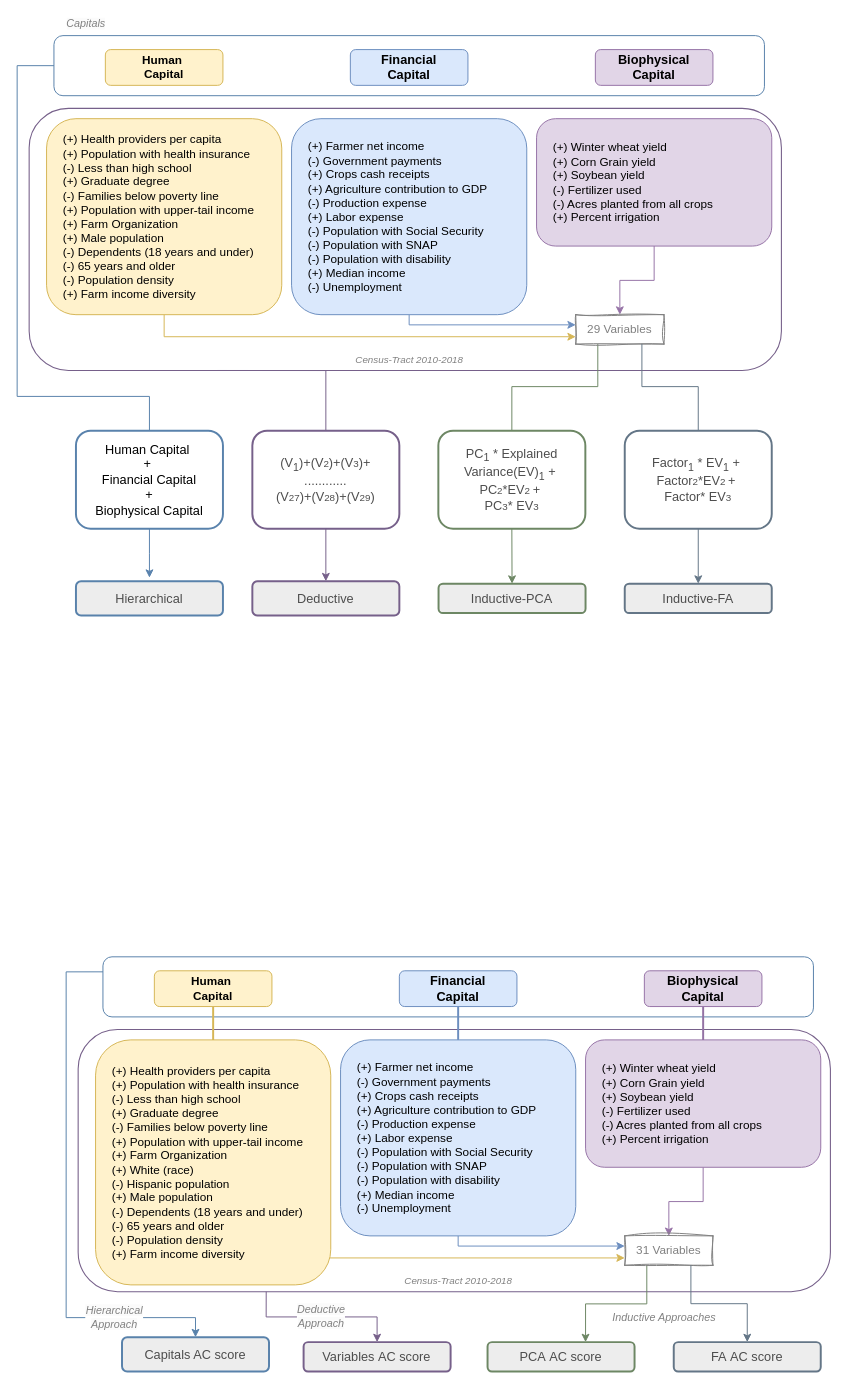
Earlier version of the draw.io diagram ACIndicatorSelectionFrameworkSummer2024.drawio (dealchre/gradDrawio). Source tidied: cells renumbered, new cells numbered last; positions are measured from the earlier drawing's top-left corner, leaving out a move shared by most shapes. Both pictures are drawn from the tidied source at 98%, with x=0, y=0 at pixel (17, -290).
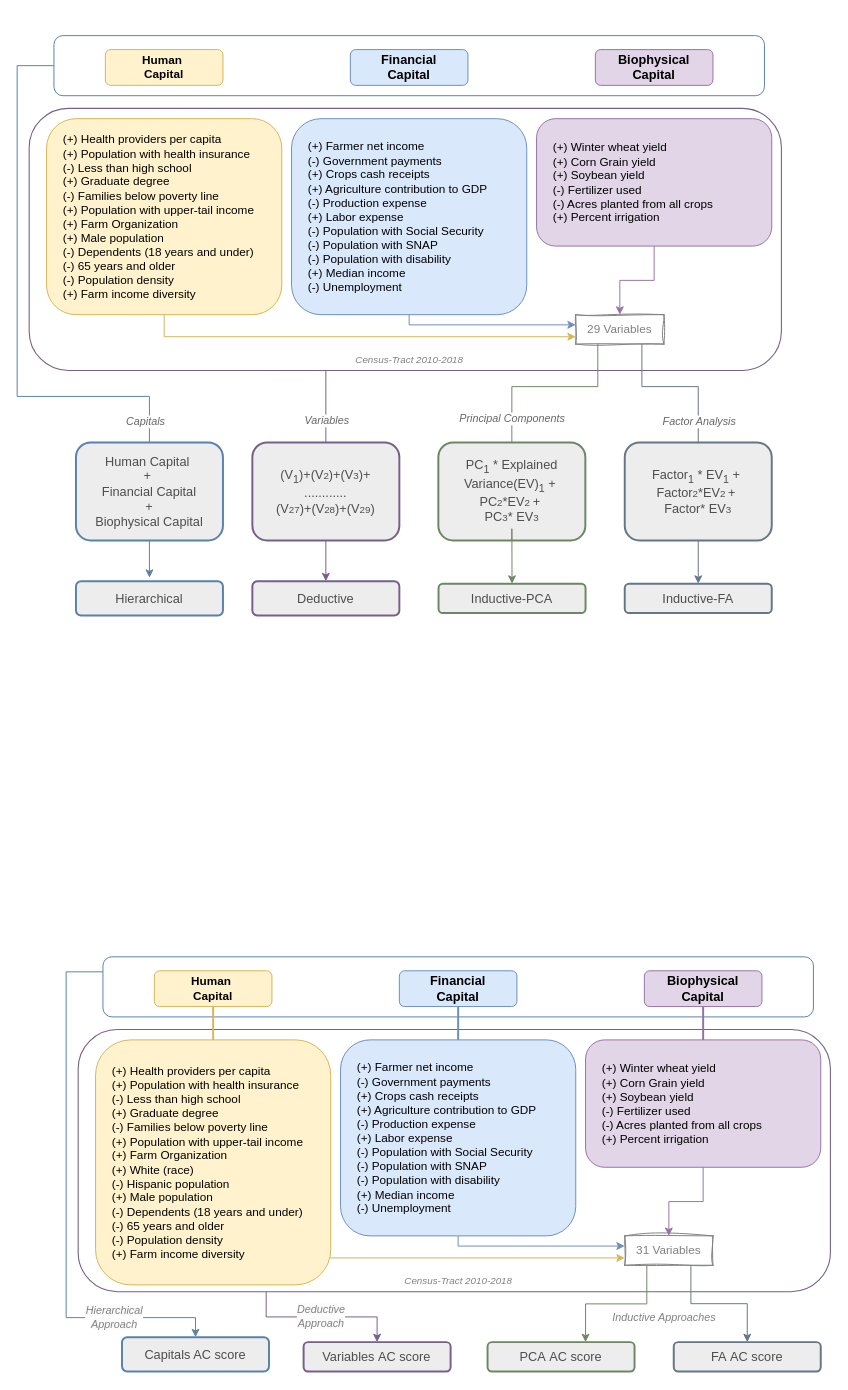
After the change.

The change refers to these unchanged cells:
```xml
<mxCell id="5" style="edgeStyle=orthogonalEdgeStyle;rounded=0;jettySize=auto;html=1;exitX=1;exitY=0.75;exitDx=0;exitDy=0;entryX=0.5;entryY=0;entryDx=0;entryDy=0;strokeColor=#76608A;fontColor=#808080;endArrow=none;endFill=0;" parent="1" edge="1" source="6" target="49">
  <mxGeometry x="-1" y="-49" relative="1" as="geometry">
    <Array as="points">
      <mxPoint x="315" y="674" />
    </Array>
    <mxPoint x="-14" y="-3" as="offset" />
  </mxGeometry>
</mxCell>
<mxCell id="12" style="rounded=1;whiteSpace=wrap;html=1;labelBackgroundColor=none;labelBorderColor=default;strokeColor=#5982AB;fontSize=13;fillColor=none;gradientColor=default;rotation=90;" parent="1" vertex="1">
  <mxGeometry x="369.4" width="61.3" height="725" as="geometry" />
</mxCell>
<mxCell id="18" style="edgeStyle=orthogonalEdgeStyle;rounded=0;jettySize=auto;html=1;exitX=0.25;exitY=1;exitDx=0;exitDy=0;fontColor=#808080;strokeColor=#6D8764;entryX=0.5;entryY=0;entryDx=0;entryDy=0;endArrow=none;endFill=0;" parent="1" edge="1" source="19" target="51">
  <mxGeometry x="-0.44" y="22" relative="1" as="geometry">
    <Array as="points">
      <mxPoint x="593" y="690" />
      <mxPoint x="505" y="690" />
    </Array>
    <mxPoint x="17" y="-8" as="offset" />
  </mxGeometry>
</mxCell>
<mxCell id="22" style="edgeStyle=orthogonalEdgeStyle;rounded=0;jettySize=auto;html=1;exitX=0.75;exitY=1;exitDx=0;exitDy=0;strokeColor=#647687;" parent="1" edge="1" source="19">
  <mxGeometry relative="1" as="geometry">
    <mxPoint x="695" y="786" as="targetPoint" />
    <Array as="points">
      <mxPoint x="637" y="690" />
      <mxPoint x="695" y="690" />
    </Array>
  </mxGeometry>
</mxCell>
```

Change to the diagram source:
```diff
@@
+    <mxCell id="55" value="Variables" style="edgeLabel;html=1;align=center;verticalAlign=middle;fontStyle=2;fontColor=#666666;" parent="5" vertex="1">
+      <mxGeometry x="0.67" y="1" relative="1" as="geometry">
+        <mxPoint x="-1" y="8" as="offset" />
+      </mxGeometry>
+    </mxCell>
@@
-    <mxCell id="11" value="&lt;i style=&quot;forced-color-adjust: none; font-family: Helvetica; font-variant-ligatures: normal; font-variant-caps: normal; font-weight: 400; letter-spacing: normal; orphans: 2; text-align: center; text-indent: 0px; text-transform: none; widows: 2; word-spacing: 0px; -webkit-text-stroke-width: 0px; white-space: normal; background-color: rgb(251, 251, 251); text-decoration-thickness: initial; text-decoration-style: initial; text-decoration-color: initial;&quot;&gt;Capitals&lt;/i&gt;" style="edgeStyle=orthogonalEdgeStyle;rounded=0;jettySize=auto;html=1;exitX=0.5;exitY=1;exitDx=0;exitDy=0;strokeColor=#5982AB;fontColor=#808080;entryX=0.5;entryY=0;entryDx=0;entryDy=0;endArrow=none;endFill=0;" parent="1" edge="1" source="12" target="48">
+    <mxCell id="11" style="edgeStyle=orthogonalEdgeStyle;rounded=0;jettySize=auto;html=1;exitX=0.5;exitY=1;exitDx=0;exitDy=0;strokeColor=#5982AB;fontColor=#808080;entryX=0.5;entryY=0;entryDx=0;entryDy=0;endArrow=none;endFill=0;" parent="1" edge="1" source="12" target="48">
       <mxGeometry x="-1" y="-54" relative="1" as="geometry">
         <Array as="points">
           <mxPoint y="363" />
           <mxPoint y="700" />
           <mxPoint x="135" y="700" />
         </Array>
         <mxPoint x="32" y="11" as="offset" />
       </mxGeometry>
     </mxCell>
+    <mxCell id="56" value="Capitals" style="edgeLabel;html=1;align=center;verticalAlign=middle;fontStyle=2;fontColor=#666666;" parent="11" vertex="1">
+      <mxGeometry x="0.92" y="1" relative="1" as="geometry">
+        <mxPoint x="-6" y="1" as="offset" />
+      </mxGeometry>
+    </mxCell>
@@
+    <mxCell id="57" value="Principal Components" style="edgeLabel;html=1;align=center;verticalAlign=middle;fontStyle=2;fontColor=#666666;" parent="18" vertex="1">
+      <mxGeometry x="0.74" relative="1" as="geometry" />
+    </mxCell>
@@
+    <mxCell id="58" value="Factor Analysis" style="edgeLabel;html=1;align=center;verticalAlign=middle;fontStyle=2;fontColor=#666666;" parent="22" vertex="1">
+      <mxGeometry x="0.31" y="1" relative="1" as="geometry">
+        <mxPoint x="-1" y="7" as="offset" />
+      </mxGeometry>
+    </mxCell>
@@
-    <mxCell id="48" value="&lt;font style=&quot;font-size: 13px;&quot;&gt;Human Capital&amp;nbsp;&lt;/font&gt;&lt;div&gt;&lt;font style=&quot;font-size: 13px;&quot;&gt;+&amp;nbsp;&lt;/font&gt;&lt;/div&gt;&lt;div&gt;&lt;font style=&quot;font-size: 13px;&quot;&gt;Financial Capital&lt;/font&gt;&lt;/div&gt;&lt;div&gt;&lt;font style=&quot;font-size: 13px;&quot;&gt;+&lt;/font&gt;&lt;/div&gt;&lt;div&gt;&lt;font style=&quot;font-size: 13px;&quot;&gt;Biophysical Capital&lt;/font&gt;&lt;/div&gt;" style="text;html=1;strokeColor=light-dark(#5982ac, #6d5100);fillColor=#FFFFFF;align=center;verticalAlign=middle;whiteSpace=wrap;rounded=1;fontSize=12;fontFamily=Helvetica;labelBorderColor=none;labelBackgroundColor=none;strokeWidth=2;" parent="1" vertex="1">
-      <mxGeometry x="60" y="735" width="150" height="100" as="geometry" />
+    <mxCell id="48" value="&lt;font style=&quot;font-size: 13px; color: light-dark(rgb(77, 77, 77), rgb(237, 237, 237));&quot;&gt;Human Capital&amp;nbsp;&lt;/font&gt;&lt;div&gt;&lt;font style=&quot;font-size: 13px; color: light-dark(rgb(77, 77, 77), rgb(237, 237, 237));&quot;&gt;+&amp;nbsp;&lt;/font&gt;&lt;/div&gt;&lt;div&gt;&lt;font style=&quot;font-size: 13px; color: light-dark(rgb(77, 77, 77), rgb(237, 237, 237));&quot;&gt;Financial Capital&lt;/font&gt;&lt;/div&gt;&lt;div&gt;&lt;font style=&quot;font-size: 13px; color: light-dark(rgb(77, 77, 77), rgb(237, 237, 237));&quot;&gt;+&lt;/font&gt;&lt;/div&gt;&lt;div&gt;&lt;font style=&quot;font-size: 13px; color: light-dark(rgb(77, 77, 77), rgb(237, 237, 237));&quot;&gt;Biophysical Capital&lt;/font&gt;&lt;/div&gt;" style="text;html=1;strokeColor=light-dark(#5982ac, #6d5100);fillColor=light-dark(#ededed, #535353);align=center;verticalAlign=middle;whiteSpace=wrap;rounded=1;fontSize=12;fontFamily=Helvetica;labelBorderColor=none;labelBackgroundColor=none;strokeWidth=2;" parent="1" vertex="1">
+      <mxGeometry x="60" y="747" width="150" height="100" as="geometry" />
     </mxCell>
-    <mxCell id="49" value="&lt;font style=&quot;font-size: 13px;&quot;&gt;(V&lt;sub&gt;1&lt;/sub&gt;)+&lt;/font&gt;&lt;span style=&quot;font-size: 13px;&quot;&gt;(V&lt;/span&gt;&lt;span style=&quot;font-size: 10px;&quot;&gt;2&lt;/span&gt;&lt;span style=&quot;font-size: 13px;&quot;&gt;)+&lt;/span&gt;&lt;span style=&quot;font-size: 13px;&quot;&gt;(V&lt;/span&gt;&lt;span style=&quot;font-size: 10px;&quot;&gt;3&lt;/span&gt;&lt;span style=&quot;font-size: 13px;&quot;&gt;)&lt;/span&gt;&lt;span style=&quot;font-size: 13px; background-color: transparent; color: light-dark(rgb(77, 77, 77), rgb(171, 171, 171));&quot;&gt;+&lt;/span&gt;&lt;div&gt;&lt;div&gt;&lt;span style=&quot;font-size: 13px;&quot;&gt;............&lt;/span&gt;&lt;/div&gt;&lt;div&gt;&lt;span style=&quot;background-color: transparent; color: light-dark(rgb(77, 77, 77), rgb(171, 171, 171)); font-size: 13px;&quot;&gt;(V&lt;/span&gt;&lt;span style=&quot;background-color: transparent; color: light-dark(rgb(77, 77, 77), rgb(171, 171, 171)); font-size: 10px;&quot;&gt;27&lt;/span&gt;&lt;span style=&quot;background-color: transparent; color: light-dark(rgb(77, 77, 77), rgb(171, 171, 171)); font-size: 13px;&quot;&gt;)+&lt;/span&gt;&lt;span style=&quot;background-color: transparent; color: light-dark(rgb(77, 77, 77), rgb(171, 171, 171)); font-size: 13px;&quot;&gt;(V&lt;/span&gt;&lt;span style=&quot;background-color: transparent; color: light-dark(rgb(77, 77, 77), rgb(171, 171, 171)); font-size: 10px;&quot;&gt;28&lt;/span&gt;&lt;span style=&quot;background-color: transparent; color: light-dark(rgb(77, 77, 77), rgb(171, 171, 171)); font-size: 13px;&quot;&gt;)+&lt;/span&gt;&lt;span style=&quot;background-color: transparent; color: light-dark(rgb(77, 77, 77), rgb(171, 171, 171)); font-size: 13px;&quot;&gt;(V&lt;/span&gt;&lt;span style=&quot;background-color: transparent; color: light-dark(rgb(77, 77, 77), rgb(171, 171, 171)); font-size: 10px;&quot;&gt;29&lt;/span&gt;&lt;span style=&quot;background-color: transparent; color: light-dark(rgb(77, 77, 77), rgb(171, 171, 171)); font-size: 13px;&quot;&gt;)&lt;/span&gt;&lt;/div&gt;&lt;/div&gt;" style="text;html=1;strokeColor=#76608A;fillColor=#FFFFFF;align=center;verticalAlign=middle;whiteSpace=wrap;rounded=1;fontSize=12;fontColor=#4D4D4D;strokeWidth=2;labelBorderColor=none;labelBackgroundColor=none;" parent="1" vertex="1">
-      <mxGeometry x="240" y="735" width="150" height="100" as="geometry" />
+    <mxCell id="49" value="&lt;font style=&quot;font-size: 13px;&quot;&gt;(V&lt;sub&gt;1&lt;/sub&gt;)+&lt;/font&gt;&lt;span style=&quot;font-size: 13px;&quot;&gt;(V&lt;/span&gt;&lt;span style=&quot;font-size: 10px;&quot;&gt;2&lt;/span&gt;&lt;span style=&quot;font-size: 13px;&quot;&gt;)+&lt;/span&gt;&lt;span style=&quot;font-size: 13px;&quot;&gt;(V&lt;/span&gt;&lt;span style=&quot;font-size: 10px;&quot;&gt;3&lt;/span&gt;&lt;span style=&quot;font-size: 13px;&quot;&gt;)&lt;/span&gt;&lt;span style=&quot;font-size: 13px; background-color: transparent; color: light-dark(rgb(77, 77, 77), rgb(171, 171, 171));&quot;&gt;+&lt;/span&gt;&lt;div&gt;&lt;div&gt;&lt;span style=&quot;font-size: 13px;&quot;&gt;............&lt;/span&gt;&lt;/div&gt;&lt;div&gt;&lt;span style=&quot;background-color: transparent; color: light-dark(rgb(77, 77, 77), rgb(171, 171, 171)); font-size: 13px;&quot;&gt;(V&lt;/span&gt;&lt;span style=&quot;background-color: transparent; color: light-dark(rgb(77, 77, 77), rgb(171, 171, 171)); font-size: 10px;&quot;&gt;27&lt;/span&gt;&lt;span style=&quot;background-color: transparent; color: light-dark(rgb(77, 77, 77), rgb(171, 171, 171)); font-size: 13px;&quot;&gt;)+&lt;/span&gt;&lt;span style=&quot;background-color: transparent; color: light-dark(rgb(77, 77, 77), rgb(171, 171, 171)); font-size: 13px;&quot;&gt;(V&lt;/span&gt;&lt;span style=&quot;background-color: transparent; color: light-dark(rgb(77, 77, 77), rgb(171, 171, 171)); font-size: 10px;&quot;&gt;28&lt;/span&gt;&lt;span style=&quot;background-color: transparent; color: light-dark(rgb(77, 77, 77), rgb(171, 171, 171)); font-size: 13px;&quot;&gt;)+&lt;/span&gt;&lt;span style=&quot;background-color: transparent; color: light-dark(rgb(77, 77, 77), rgb(171, 171, 171)); font-size: 13px;&quot;&gt;(V&lt;/span&gt;&lt;span style=&quot;background-color: transparent; color: light-dark(rgb(77, 77, 77), rgb(171, 171, 171)); font-size: 10px;&quot;&gt;29&lt;/span&gt;&lt;span style=&quot;background-color: transparent; color: light-dark(rgb(77, 77, 77), rgb(171, 171, 171)); font-size: 13px;&quot;&gt;)&lt;/span&gt;&lt;/div&gt;&lt;/div&gt;" style="text;html=1;strokeColor=#76608A;fillColor=light-dark(#ededed, #535353);align=center;verticalAlign=middle;whiteSpace=wrap;rounded=1;fontSize=12;fontColor=#4D4D4D;strokeWidth=2;labelBorderColor=none;labelBackgroundColor=none;" parent="1" vertex="1">
+      <mxGeometry x="240" y="747" width="150" height="100" as="geometry" />
     </mxCell>
@@
-    <mxCell id="51" value="&lt;span style=&quot;font-size: 13px;&quot;&gt;PC&lt;sub&gt;1&lt;/sub&gt; * Explained Variance(EV)&lt;sub&gt;1&lt;/sub&gt; +&amp;nbsp;&lt;/span&gt;&lt;div&gt;&lt;span style=&quot;font-size: 13px;&quot;&gt;PC&lt;/span&gt;&lt;span style=&quot;font-size: 10px;&quot;&gt;2&lt;/span&gt;&lt;span style=&quot;font-size: 13px;&quot;&gt;*EV&lt;/span&gt;&lt;span style=&quot;font-size: 10px;&quot;&gt;2&amp;nbsp;&lt;/span&gt;&lt;span style=&quot;font-size: 13px;&quot;&gt;+&amp;nbsp;&lt;br&gt;&lt;/span&gt;&lt;span style=&quot;font-size: 13px;&quot;&gt;PC&lt;/span&gt;&lt;span style=&quot;font-size: 10px;&quot;&gt;3&lt;/span&gt;&lt;span style=&quot;font-size: 13px;&quot;&gt;* EV&lt;/span&gt;&lt;span style=&quot;font-size: 10px;&quot;&gt;3&lt;/span&gt;&lt;/div&gt;" style="text;html=1;strokeColor=#6D8764;fillColor=#FFFFFF;align=center;verticalAlign=middle;whiteSpace=wrap;rounded=1;glass=0;shadow=0;fontColor=#4D4D4D;strokeWidth=2;gradientColor=none;" parent="1" vertex="1">
-      <mxGeometry x="429.8" y="735" width="150" height="100" as="geometry" />
+    <mxCell id="51" value="&lt;span style=&quot;font-size: 13px;&quot;&gt;PC&lt;sub&gt;1&lt;/sub&gt; * Explained Variance(EV)&lt;sub&gt;1&lt;/sub&gt; +&amp;nbsp;&lt;/span&gt;&lt;div&gt;&lt;span style=&quot;font-size: 13px;&quot;&gt;PC&lt;/span&gt;&lt;span style=&quot;font-size: 10px;&quot;&gt;2&lt;/span&gt;&lt;span style=&quot;font-size: 13px;&quot;&gt;*EV&lt;/span&gt;&lt;span style=&quot;font-size: 10px;&quot;&gt;2&amp;nbsp;&lt;/span&gt;&lt;span style=&quot;font-size: 13px;&quot;&gt;+&amp;nbsp;&lt;br&gt;&lt;/span&gt;&lt;span style=&quot;font-size: 13px;&quot;&gt;PC&lt;/span&gt;&lt;span style=&quot;font-size: 10px;&quot;&gt;3&lt;/span&gt;&lt;span style=&quot;font-size: 13px;&quot;&gt;* EV&lt;/span&gt;&lt;span style=&quot;font-size: 10px;&quot;&gt;3&lt;/span&gt;&lt;/div&gt;" style="text;html=1;strokeColor=#6D8764;fillColor=light-dark(#ededed, #535353);align=center;verticalAlign=middle;whiteSpace=wrap;rounded=1;glass=0;shadow=0;fontColor=#4D4D4D;strokeWidth=2;gradientColor=none;" parent="1" vertex="1">
+      <mxGeometry x="429.8" y="747" width="150" height="100" as="geometry" />
     </mxCell>
@@
-    <mxCell id="53" value="&lt;span style=&quot;font-size: 13px;&quot;&gt;Factor&lt;sub&gt;1&lt;/sub&gt;&amp;nbsp;* EV&lt;sub&gt;1&lt;/sub&gt;&amp;nbsp;+&amp;nbsp;&lt;/span&gt;&lt;div&gt;&lt;span style=&quot;font-size: 13px;&quot;&gt;Factor&lt;/span&gt;&lt;span style=&quot;font-size: 10px;&quot;&gt;2&lt;/span&gt;&lt;span style=&quot;font-size: 13px;&quot;&gt;*EV&lt;/span&gt;&lt;span style=&quot;font-size: 10px;&quot;&gt;2&amp;nbsp;&lt;/span&gt;&lt;span style=&quot;font-size: 13px;&quot;&gt;+&amp;nbsp;&lt;br&gt;&lt;/span&gt;&lt;span style=&quot;font-size: 13px;&quot;&gt;Factor* EV&lt;/span&gt;&lt;span style=&quot;font-size: 10px;&quot;&gt;3&lt;/span&gt;&lt;/div&gt;" style="text;html=1;strokeColor=#647687;fillColor=#FFFFFF;align=center;verticalAlign=middle;whiteSpace=wrap;rounded=1;glass=0;shadow=0;fontColor=#4D4D4D;strokeWidth=2;" parent="1" vertex="1">
-      <mxGeometry x="620" y="735" width="150" height="100" as="geometry" />
+    <mxCell id="53" value="&lt;span style=&quot;font-size: 13px;&quot;&gt;Factor&lt;sub&gt;1&lt;/sub&gt;&amp;nbsp;* EV&lt;sub&gt;1&lt;/sub&gt;&amp;nbsp;+&amp;nbsp;&lt;/span&gt;&lt;div&gt;&lt;span style=&quot;font-size: 13px;&quot;&gt;Factor&lt;/span&gt;&lt;span style=&quot;font-size: 10px;&quot;&gt;2&lt;/span&gt;&lt;span style=&quot;font-size: 13px;&quot;&gt;*EV&lt;/span&gt;&lt;span style=&quot;font-size: 10px;&quot;&gt;2&amp;nbsp;&lt;/span&gt;&lt;span style=&quot;font-size: 13px;&quot;&gt;+&amp;nbsp;&lt;br&gt;&lt;/span&gt;&lt;span style=&quot;font-size: 13px;&quot;&gt;Factor* EV&lt;/span&gt;&lt;span style=&quot;font-size: 10px;&quot;&gt;3&lt;/span&gt;&lt;/div&gt;" style="text;html=1;strokeColor=#647687;fillColor=light-dark(#ededed, #535353);align=center;verticalAlign=middle;whiteSpace=wrap;rounded=1;glass=0;shadow=0;fontColor=#4D4D4D;strokeWidth=2;" parent="1" vertex="1">
+      <mxGeometry x="620" y="747" width="150" height="100" as="geometry" />
     </mxCell>
```
